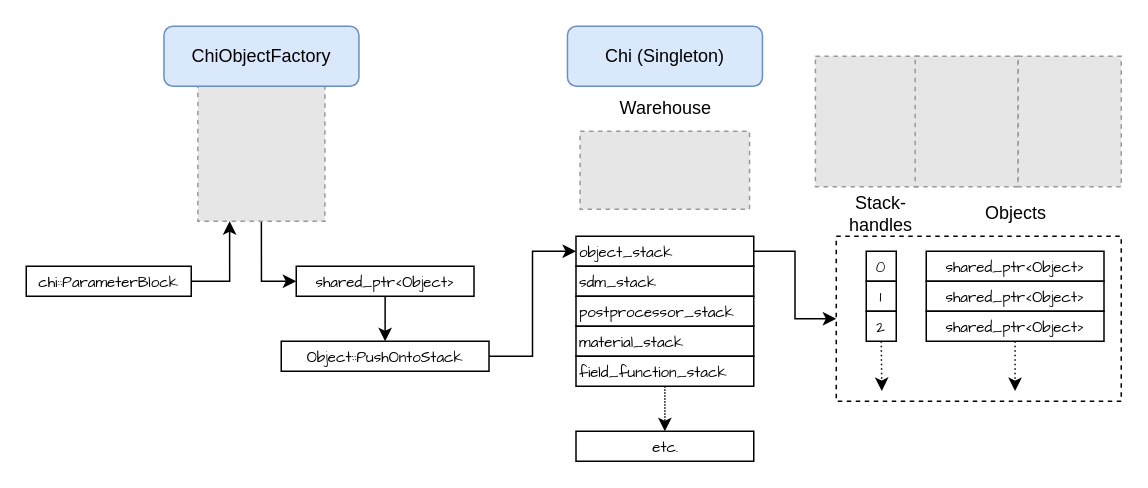
Before: doc/HTMLimages/DeveloperManual/StaticRegistration/StaticRegistration.drawio in Open-Sn/opensn, a draw.io diagram. Source tidied: cells renumbered, new cells numbered last; positions are measured from the earlier drawing's top-left corner, leaving out a move shared by most shapes. Both pictures are drawn from the tidied source at 150%, with x=0, y=0 at pixel (26, 26). Pictures stored in the file or linked from it are replaced by grey dashed boxes.
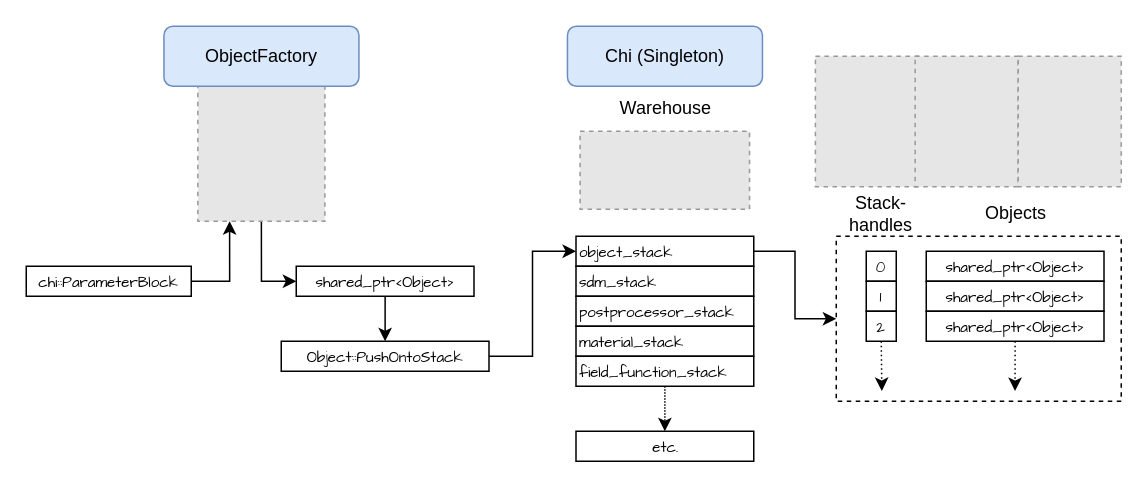
After the change.

Commit message (it also covers changes not shown here):
Renaming ChiObjectFactory to ObjectFactory

Diff of the diagram source:
```diff
@@
-    <mxCell id="4" value="ChiObjectFactory" style="rounded=1;whiteSpace=wrap;html=1;fillColor=#dae8fc;strokeColor=#6c8ebf;" parent="1" vertex="1">
+    <mxCell id="4" value="ObjectFactory" style="rounded=1;whiteSpace=wrap;html=1;fillColor=#dae8fc;strokeColor=#6c8ebf;" parent="1" vertex="1">
       <mxGeometry x="91.8" width="130" height="40" as="geometry" />
     </mxCell>
```
